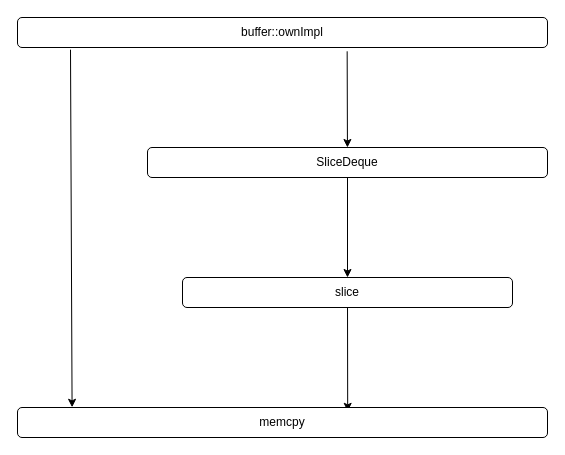
This is page "invoke_chain" (11 of 16) of memcpy_test_arch.drawio from xu1zhou/Documents, a draw.io file, before an edit. Source tidied: cells renumbered, new cells numbered last; positions are measured from the earlier drawing's top-left corner, leaving out a move shared by most shapes. Both pictures are drawn from the tidied source at 100%, with x=0, y=0 at pixel (17, 17).
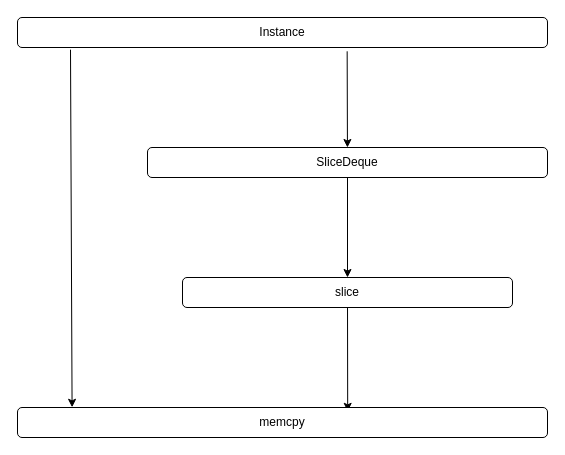
The same page after the edit.

Diff of the diagram source:
```diff
@@
 <mxGraphModel>
   <root>
     <mxCell id="0" />
     <mxCell id="1" parent="0" />
     <mxCell id="2" style="edgeStyle=none;rounded=0;jettySize=auto;html=1;entryX=0.103;entryY=-0.007;entryDx=0;entryDy=0;entryPerimeter=0;exitX=0.1;exitY=1.073;exitDx=0;exitDy=0;exitPerimeter=0;" parent="1" edge="1" source="4" target="9">
       <mxGeometry relative="1" as="geometry" />
     </mxCell>
     <mxCell id="3" style="edgeStyle=none;rounded=0;jettySize=auto;html=1;exitX=0.622;exitY=1.127;exitDx=0;exitDy=0;exitPerimeter=0;" parent="1" edge="1" source="4" target="6">
       <mxGeometry relative="1" as="geometry" />
     </mxCell>
-    <mxCell id="4" value="buffer::ownImpl" style="rounded=1;whiteSpace=wrap;html=1;" parent="1" vertex="1">
+    <mxCell id="4" value="Instance" style="rounded=1;whiteSpace=wrap;html=1;" parent="1" vertex="1">
       <mxGeometry width="530" height="30" as="geometry" />
     </mxCell>
     <mxCell id="5" style="edgeStyle=none;rounded=0;jettySize=auto;html=1;" parent="1" edge="1" source="6" target="8">
       <mxGeometry relative="1" as="geometry" />
     </mxCell>
     <mxCell id="6" value="SliceDeque" style="rounded=1;whiteSpace=wrap;html=1;" parent="1" vertex="1">
       <mxGeometry x="130" y="130" width="400" height="30" as="geometry" />
     </mxCell>
     <mxCell id="7" style="edgeStyle=none;rounded=0;jettySize=auto;html=1;entryX=0.623;entryY=0.127;entryDx=0;entryDy=0;entryPerimeter=0;" parent="1" edge="1" source="8" target="9">
       <mxGeometry relative="1" as="geometry" />
     </mxCell>
     <mxCell id="8" value="slice" style="rounded=1;whiteSpace=wrap;html=1;" parent="1" vertex="1">
       <mxGeometry x="165" y="260" width="330" height="30" as="geometry" />
     </mxCell>
     <mxCell id="9" value="memcpy" style="rounded=1;whiteSpace=wrap;html=1;" parent="1" vertex="1">
       <mxGeometry y="390" width="530" height="30" as="geometry" />
     </mxCell>
   </root>
 </mxGraphModel>
```
